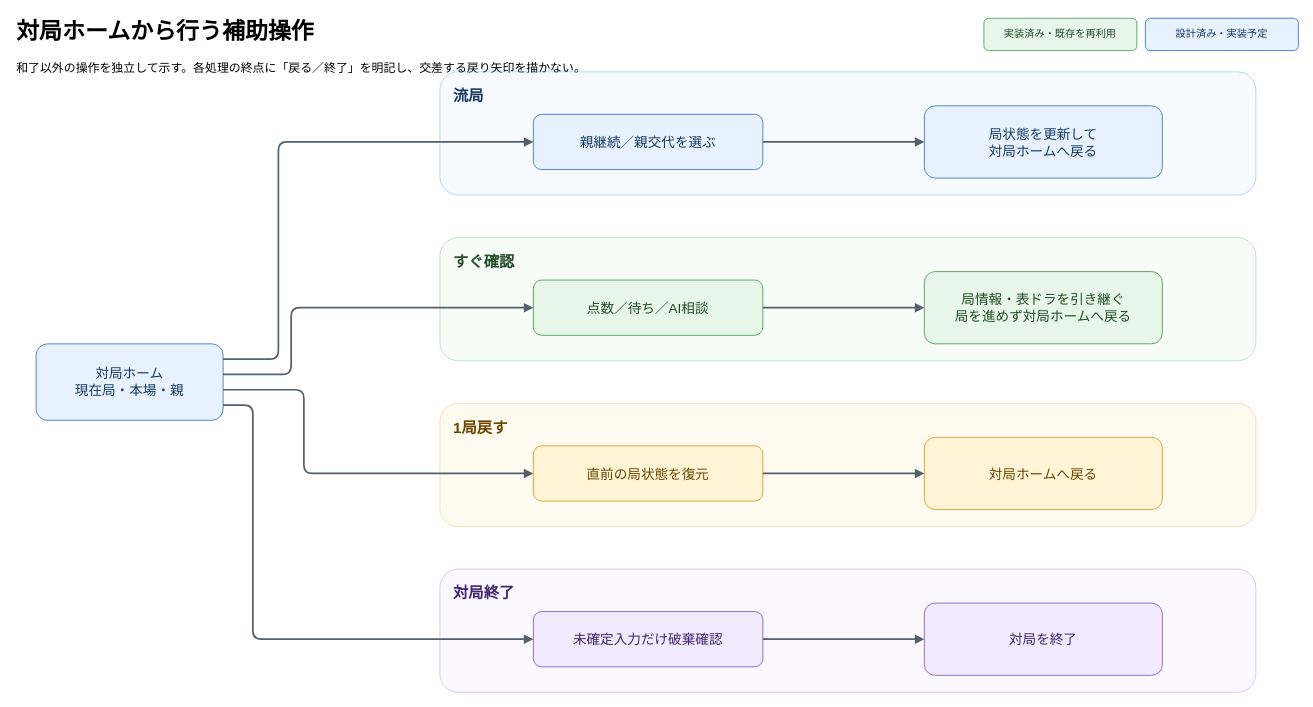
This is page "04_対局ホームの補助操作" (4 of 5) of docs/tsumoai-mobile-navigation.drawio from fezzlk/TsumoAI, a draw.io file, before an edit. Source tidied: cells renumbered, new cells numbered last; positions are measured from the earlier drawing's top-left corner, leaving out a move shared by most shapes. Both pictures are drawn from the tidied source at 85%, with x=0, y=0 at pixel (14, 14).
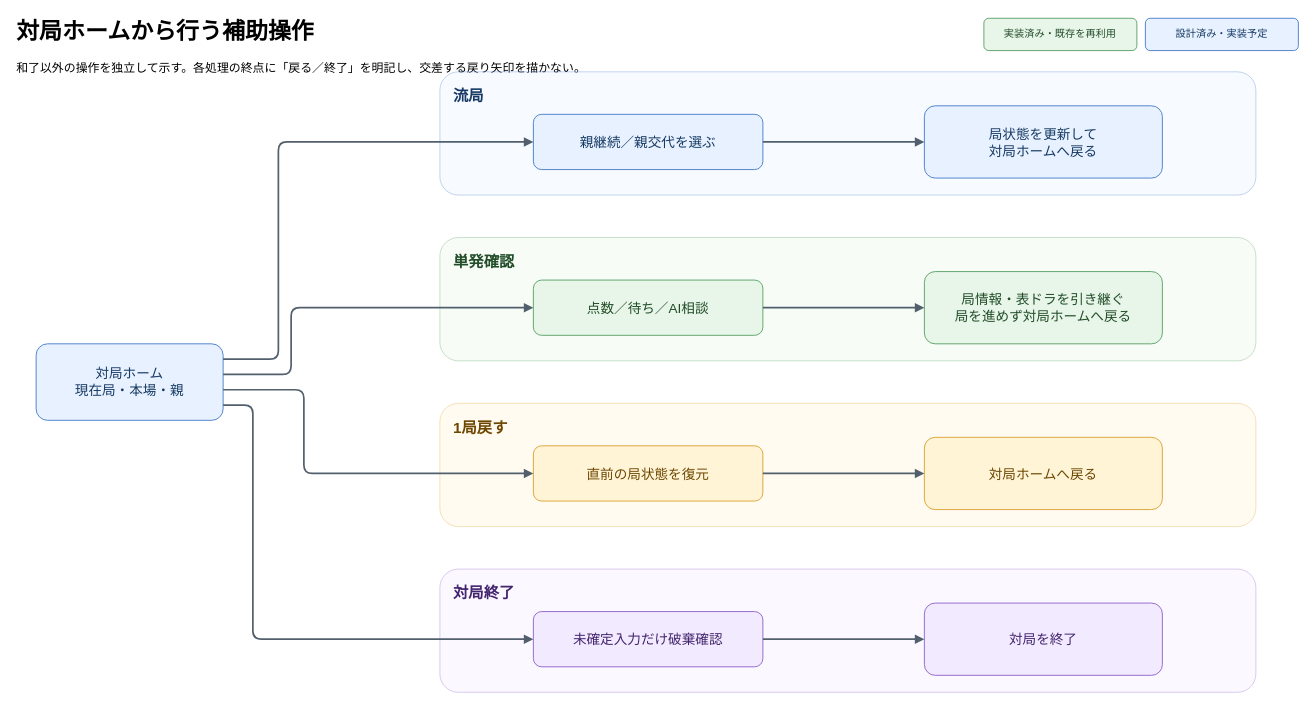
The same diagram, later.

Change to the diagram source:
```diff
@@
-    <mxCell id="12" value="すぐ確認" style="fillColor=#E8F5E9;strokeColor=#4F9A5A;fontColor=#214D28;rounded=1;whiteSpace=wrap;html=1;align=left;verticalAlign=top;fontSize=18;fontStyle=1;spacingTop=12;spacingLeft=14;opacity=35;" parent="1" vertex="1">
+    <mxCell id="12" value="単発確認" style="fillColor=#E8F5E9;strokeColor=#4F9A5A;fontColor=#214D28;rounded=1;whiteSpace=wrap;html=1;align=left;verticalAlign=top;fontSize=18;fontStyle=1;spacingTop=12;spacingLeft=14;opacity=35;" parent="1" vertex="1">
       <mxGeometry x="500" y="262" width="960" height="145" as="geometry" />
     </mxCell>
```
